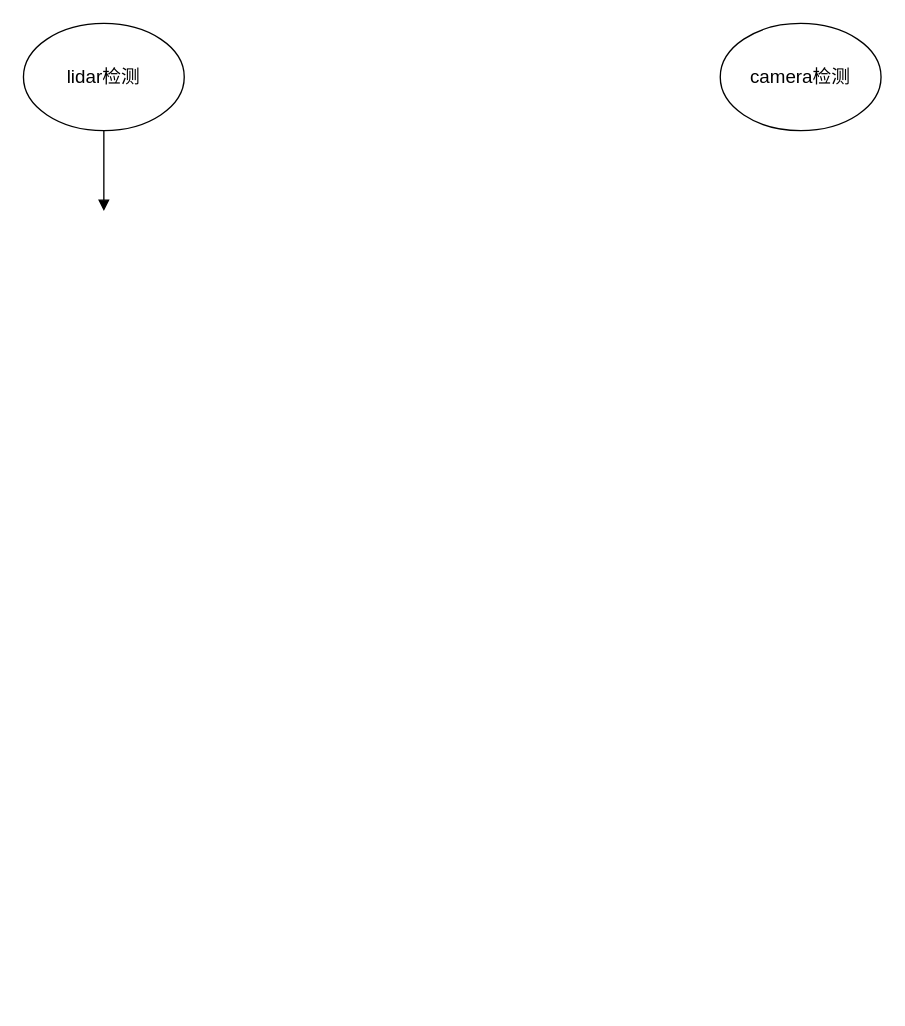
Above: fusion.drawio in LiuWQ0809/Apollo-Note (draw.io), before the change. Source tidied: cells renumbered, new cells numbered last; positions are measured from the earlier drawing's top-left corner, leaving out a move shared by most shapes. Both pictures are drawn from the tidied source at 134%, with x=0, y=0 at pixel (23, 23).
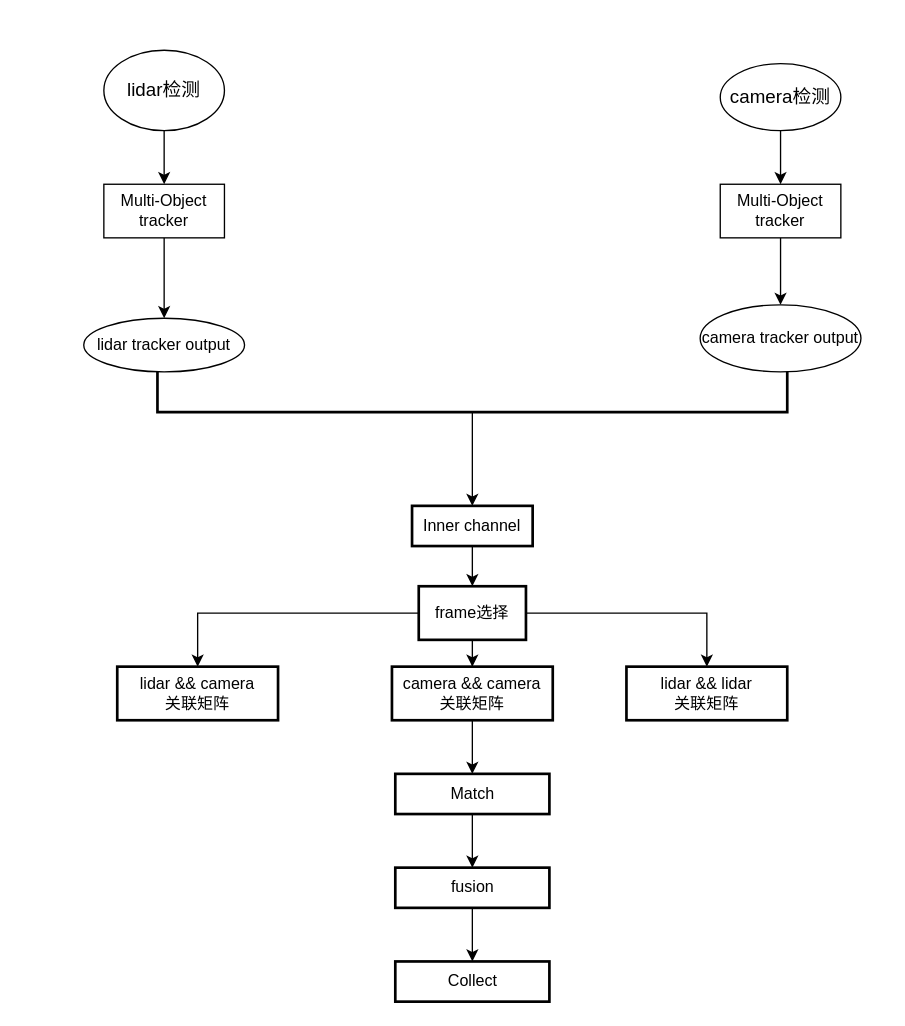
Above is the later version.

Change to the diagram source:
```diff
@@
+    <mxCell id="5" style="edgeStyle=orthogonalEdgeStyle;rounded=0;jettySize=auto;html=1;" parent="1" edge="1" source="2" target="8">
+      <mxGeometry relative="1" as="geometry" />
+    </mxCell>
     <mxCell id="2" value="&lt;font style=&quot;font-size: 14px&quot;&gt;lidar检测&lt;/font&gt;" style="ellipse;whiteSpace=wrap;html=1;" parent="1" vertex="1">
-      <mxGeometry width="120" height="80" as="geometry" />
+      <mxGeometry x="60" y="20" width="90" height="60" as="geometry" />
     </mxCell>
+    <mxCell id="6" style="edgeStyle=orthogonalEdgeStyle;rounded=0;jettySize=auto;html=1;" parent="1" edge="1" source="3" target="10">
+      <mxGeometry relative="1" as="geometry" />
+    </mxCell>
     <mxCell id="3" value="&lt;font style=&quot;font-size: 14px&quot;&gt;camera检测&lt;/font&gt;" style="ellipse;whiteSpace=wrap;html=1;" parent="1" vertex="1">
-      <mxGeometry x="520" width="120" height="80" as="geometry" />
+      <mxGeometry x="520" y="30" width="90" height="50" as="geometry" />
     </mxCell>
-    <mxCell id="4" style="endArrow=block;endFill=1;endSize=6;html=1;exitX=0.5;exitY=1;exitDx=0;exitDy=0;" parent="1" edge="1" source="2">
-      <mxGeometry relative="1" as="geometry">
-        <mxPoint x="60" y="140" as="targetPoint" />
-      </mxGeometry>
-    </mxCell>
+    <mxCell id="7" style="edgeStyle=orthogonalEdgeStyle;rounded=0;jettySize=auto;html=1;" parent="1" edge="1" source="8" target="11">
+      <mxGeometry relative="1" as="geometry" />
+    </mxCell>
+    <mxCell id="8" value="Multi-Object tracker" style="whiteSpace=wrap;html=1;" parent="1" vertex="1">
+      <mxGeometry x="60" y="120" width="90" height="40" as="geometry" />
+    </mxCell>
+    <mxCell id="9" style="edgeStyle=orthogonalEdgeStyle;rounded=0;jettySize=auto;html=1;" parent="1" edge="1" source="10" target="12">
+      <mxGeometry relative="1" as="geometry" />
+    </mxCell>
+    <mxCell id="10" value="&lt;span&gt;Multi-Object tracker&lt;/span&gt;" style="whiteSpace=wrap;html=1;" parent="1" vertex="1">
+      <mxGeometry x="520" y="120" width="90" height="40" as="geometry" />
+    </mxCell>
+    <mxCell id="11" value="lidar tracker output" style="ellipse;whiteSpace=wrap;html=1;" parent="1" vertex="1">
+      <mxGeometry x="45" y="220" width="120" height="40" as="geometry" />
+    </mxCell>
+    <mxCell id="12" value="camera tracker output" style="ellipse;whiteSpace=wrap;html=1;" parent="1" vertex="1">
+      <mxGeometry x="505" y="210" width="120" height="50" as="geometry" />
+    </mxCell>
+    <mxCell id="13" style="edgeStyle=orthogonalEdgeStyle;rounded=0;jettySize=auto;html=1;" parent="1" edge="1" source="14" target="16">
+      <mxGeometry relative="1" as="geometry" />
+    </mxCell>
+    <mxCell id="14" style="strokeWidth=2;html=1;shape=mxgraph.flowchart.annotation_1;align=left;direction=north;" parent="1" vertex="1">
+      <mxGeometry x="100" y="260" width="470" height="30" as="geometry" />
+    </mxCell>
+    <mxCell id="15" style="edgeStyle=orthogonalEdgeStyle;rounded=0;jettySize=auto;html=1;" parent="1" edge="1" source="16" target="20">
+      <mxGeometry relative="1" as="geometry" />
+    </mxCell>
+    <mxCell id="16" value="Inner channel" style="whiteSpace=wrap;html=1;align=center;strokeWidth=2;" parent="1" vertex="1">
+      <mxGeometry x="290" y="360" width="90" height="30" as="geometry" />
+    </mxCell>
+    <mxCell id="17" style="edgeStyle=orthogonalEdgeStyle;rounded=0;jettySize=auto;html=1;" parent="1" edge="1" source="20" target="21">
+      <mxGeometry relative="1" as="geometry" />
+    </mxCell>
+    <mxCell id="18" style="edgeStyle=orthogonalEdgeStyle;rounded=0;jettySize=auto;html=1;" parent="1" edge="1" source="20" target="22">
+      <mxGeometry relative="1" as="geometry" />
+    </mxCell>
+    <mxCell id="19" style="edgeStyle=orthogonalEdgeStyle;rounded=0;jettySize=auto;html=1;" parent="1" edge="1" source="20" target="24">
+      <mxGeometry relative="1" as="geometry" />
+    </mxCell>
+    <mxCell id="20" value="frame选择" style="whiteSpace=wrap;html=1;strokeWidth=2;" parent="1" vertex="1">
+      <mxGeometry x="295" y="420" width="80" height="40" as="geometry" />
+    </mxCell>
+    <mxCell id="21" value="lidar &amp;amp;&amp;amp; lidar&lt;br&gt;关联矩阵" style="whiteSpace=wrap;html=1;strokeWidth=2;" parent="1" vertex="1">
+      <mxGeometry x="450" y="480" width="120" height="40" as="geometry" />
+    </mxCell>
+    <mxCell id="22" value="lidar &amp;amp;&amp;amp; camera&lt;br&gt;关联矩阵" style="whiteSpace=wrap;html=1;strokeWidth=2;" parent="1" vertex="1">
+      <mxGeometry x="70" y="480" width="120" height="40" as="geometry" />
+    </mxCell>
+    <mxCell id="23" style="edgeStyle=orthogonalEdgeStyle;rounded=0;jettySize=auto;html=1;" parent="1" edge="1" source="24" target="26">
+      <mxGeometry relative="1" as="geometry" />
+    </mxCell>
+    <mxCell id="24" value="camera &amp;amp;&amp;amp; camera&lt;br&gt;关联矩阵" style="whiteSpace=wrap;html=1;strokeWidth=2;" parent="1" vertex="1">
+      <mxGeometry x="275" y="480" width="120" height="40" as="geometry" />
+    </mxCell>
+    <mxCell id="25" style="edgeStyle=orthogonalEdgeStyle;rounded=0;jettySize=auto;html=1;" parent="1" edge="1" source="26" target="28">
+      <mxGeometry relative="1" as="geometry" />
+    </mxCell>
+    <mxCell id="26" value="Match" style="whiteSpace=wrap;html=1;strokeWidth=2;" parent="1" vertex="1">
+      <mxGeometry x="277.5" y="560" width="115" height="30" as="geometry" />
+    </mxCell>
+    <mxCell id="27" style="edgeStyle=orthogonalEdgeStyle;rounded=0;jettySize=auto;html=1;" parent="1" edge="1" source="28" target="29">
+      <mxGeometry relative="1" as="geometry" />
+    </mxCell>
+    <mxCell id="28" value="fusion" style="whiteSpace=wrap;html=1;strokeWidth=2;" parent="1" vertex="1">
+      <mxGeometry x="277.5" y="630" width="115" height="30" as="geometry" />
+    </mxCell>
+    <mxCell id="29" value="Collect" style="whiteSpace=wrap;html=1;strokeWidth=2;" parent="1" vertex="1">
+      <mxGeometry x="277.5" y="700" width="115" height="30" as="geometry" />
+    </mxCell>
```
